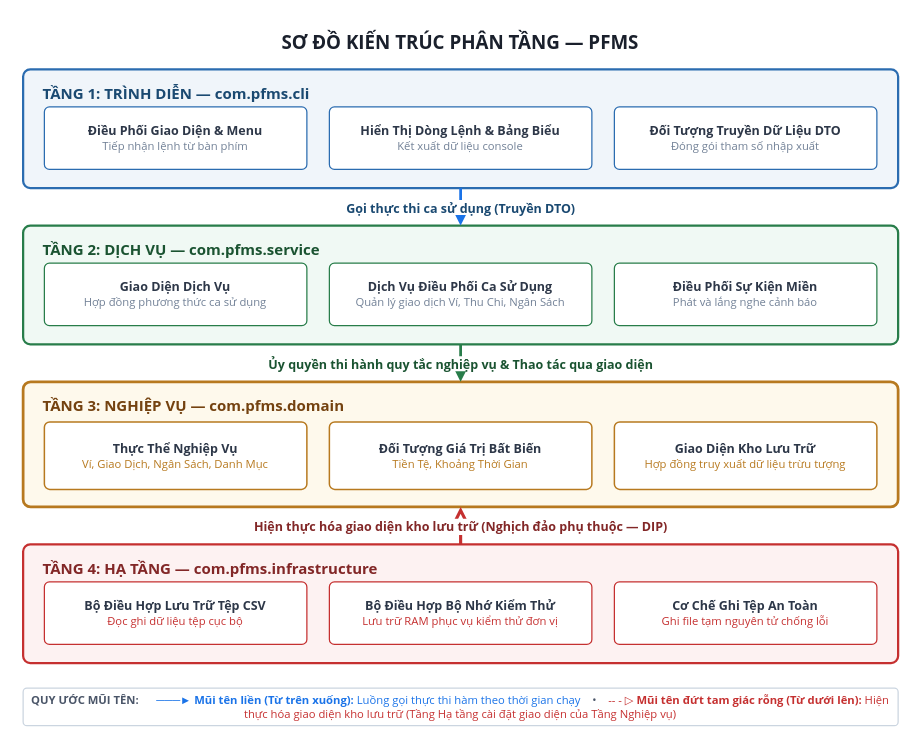
Above: docs/object-oriented-design/01-so-do-kien-truc-bon-tang.drawio in mynhleeh/pfms-oop (draw.io), before the change. Source tidied: cells renumbered, new cells numbered last; positions are measured from the earlier drawing's top-left corner, leaving out a move shared by most shapes. Both pictures are drawn from the tidied source at 125%, with x=0, y=0 at pixel (22, 21).
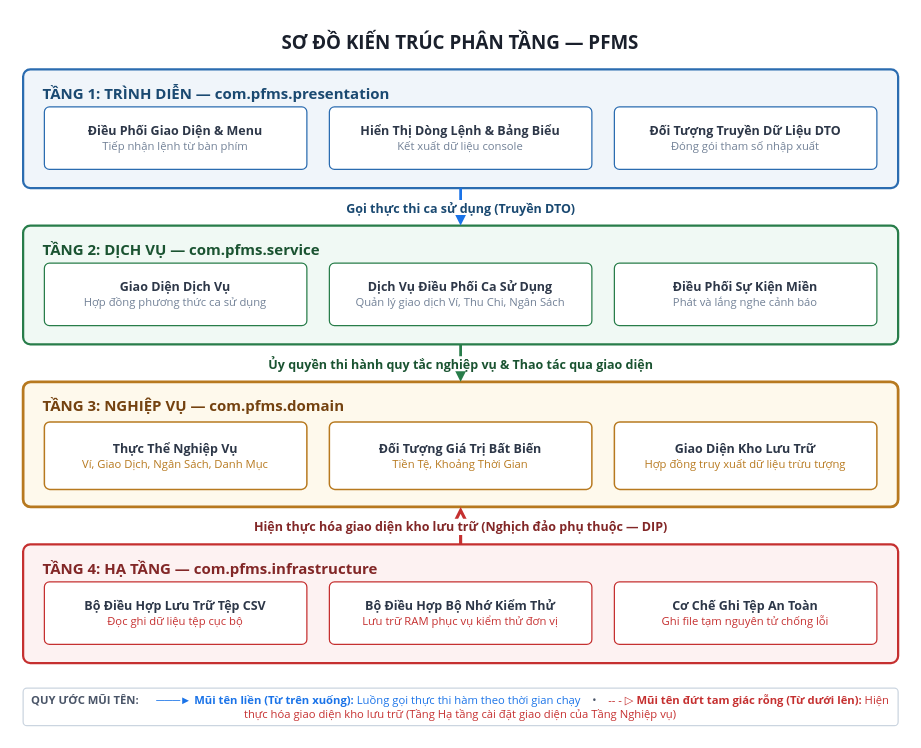
The same page after the edit.

Commit message (it also covers changes not shown here):
refactor(ood): rename presentation layer package from cli to presentation

Change to the diagram source:
```diff
@@
-    <mxCell id="3" value="TẦNG 1: TRÌNH DIỄN — com.pfms.cli" style="rounded=1;arcSize=6;whiteSpace=wrap;html=1;fillColor=#F0F5FA;strokeColor=#2B6CB0;strokeWidth=1.8;align=left;verticalAlign=top;spacingLeft=14;spacingTop=6;fontFamily=Segoe UI;fontSize=12;fontStyle=1;fontColor=#1A4971;" parent="1" vertex="1">
+    <mxCell id="3" value="TẦNG 1: TRÌNH DIỄN — com.pfms.presentation" style="rounded=1;arcSize=6;whiteSpace=wrap;html=1;fillColor=#F0F5FA;strokeColor=#2B6CB0;strokeWidth=1.8;align=left;verticalAlign=top;spacingLeft=14;spacingTop=6;fontFamily=Segoe UI;fontSize=12;fontStyle=1;fontColor=#1A4971;" parent="1" vertex="1">
       <mxGeometry y="38" width="700" height="95" as="geometry" />
     </mxCell>
```
